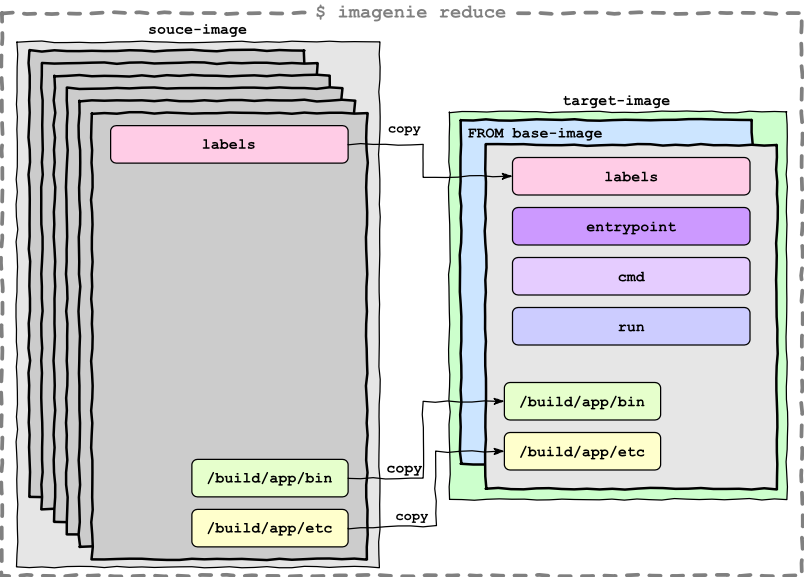
This is assets/diagrams/imagenie-reduce-diagram.png from otaviof/imagenie, a draw.io export, as it was before one commit. Source tidied: cells renumbered, new cells last; positions are measured from the earlier drawing's top-left corner, leaving out a move shared by most shapes. Source of this version:
```xml
<mxGraphModel>
  <root>
    <mxCell id="0" />
    <mxCell id="1" parent="0" />
    <mxCell id="2" style="rounded=0;whiteSpace=wrap;html=1;dashed=1;comic=1;strokeWidth=3;fillColor=none;fontFamily=Courier New;strokeColor=#808080;" parent="1" vertex="1">
      <mxGeometry y="10" width="640" height="450" as="geometry" />
    </mxCell>
    <mxCell id="3" style="rounded=0;whiteSpace=wrap;html=1;comic=1;strokeWidth=1;fontFamily=Courier New;fillColor=#CCFFCC;" parent="1" vertex="1">
      <mxGeometry x="358" y="89" width="270" height="310" as="geometry" />
    </mxCell>
    <mxCell id="4" style="rounded=0;whiteSpace=wrap;html=1;comic=1;strokeWidth=1;fontFamily=Courier New;fillColor=#E6E6E6;" parent="1" vertex="1">
      <mxGeometry x="12" y="33" width="290" height="420" as="geometry" />
    </mxCell>
    <mxCell id="5" style="whiteSpace=wrap;html=1;comic=1;strokeWidth=2;fillColor=#CCCCCC;" parent="1" vertex="1">
      <mxGeometry x="22" y="40" width="220" height="357" as="geometry" />
    </mxCell>
    <mxCell id="6" style="whiteSpace=wrap;html=1;comic=1;strokeWidth=2;fillColor=#CCCCCC;" parent="1" vertex="1">
      <mxGeometry x="32" y="50" width="220" height="357" as="geometry" />
    </mxCell>
    <mxCell id="7" style="whiteSpace=wrap;html=1;comic=1;strokeWidth=2;fillColor=#CCCCCC;" parent="1" vertex="1">
      <mxGeometry x="42" y="60" width="220" height="357" as="geometry" />
    </mxCell>
    <mxCell id="8" style="whiteSpace=wrap;html=1;comic=1;strokeWidth=2;fillColor=#CCCCCC;" parent="1" vertex="1">
      <mxGeometry x="52" y="70" width="220" height="357" as="geometry" />
    </mxCell>
    <mxCell id="9" style="whiteSpace=wrap;html=1;comic=1;strokeWidth=2;fillColor=#CCCCCC;" parent="1" vertex="1">
      <mxGeometry x="62" y="80" width="220" height="357" as="geometry" />
    </mxCell>
    <mxCell id="10" style="whiteSpace=wrap;html=1;comic=1;strokeWidth=2;fillColor=#CCCCCC;" parent="1" vertex="1">
      <mxGeometry x="72" y="90" width="220" height="357" as="geometry" />
    </mxCell>
    <mxCell id="11" style="whiteSpace=wrap;html=1;comic=1;strokeWidth=2;fillColor=#CCE5FF;" parent="1" vertex="1">
      <mxGeometry x="367" y="95.5" width="233" height="275" as="geometry" />
    </mxCell>
    <mxCell id="12" style="whiteSpace=wrap;html=1;comic=1;strokeWidth=2;fillColor=#E6E6E6;" parent="1" vertex="1">
      <mxGeometry x="387" y="115.5" width="233" height="275" as="geometry" />
    </mxCell>
    <mxCell id="13" value="FROM base-image" style="text;html=1;strokeColor=none;fillColor=none;align=center;verticalAlign=middle;whiteSpace=wrap;rounded=0;fontFamily=Courier New;fontStyle=1;" parent="1" vertex="1">
      <mxGeometry x="367" y="95.5" width="120" height="20" as="geometry" />
    </mxCell>
    <mxCell id="14" value="souce-image" style="text;html=1;strokeColor=none;fillColor=none;align=center;verticalAlign=middle;whiteSpace=wrap;rounded=0;fontFamily=Courier New;fontStyle=1;" parent="1" vertex="1">
      <mxGeometry x="107" y="13" width="100" height="20" as="geometry" />
    </mxCell>
    <mxCell id="15" value="/build/app/bin" style="rounded=1;whiteSpace=wrap;html=1;fontFamily=Courier New;fontStyle=1;fillColor=#E6FFCC;" parent="1" vertex="1">
      <mxGeometry x="152" y="367" width="125" height="30" as="geometry" />
    </mxCell>
    <mxCell id="16" value="/build/app/etc" style="rounded=1;whiteSpace=wrap;html=1;fontFamily=Courier New;fontStyle=1;fillColor=#FFFFCC;" parent="1" vertex="1">
      <mxGeometry x="152" y="407" width="125" height="30" as="geometry" />
    </mxCell>
    <mxCell id="17" value="/build/app/bin" style="rounded=1;whiteSpace=wrap;html=1;fontFamily=Courier New;fontStyle=1;fillColor=#E6FFCC;" parent="1" vertex="1">
      <mxGeometry x="402" y="305.5" width="125" height="30" as="geometry" />
    </mxCell>
    <mxCell id="18" value="/build/app/etc" style="rounded=1;whiteSpace=wrap;html=1;fontFamily=Courier New;fontStyle=1;fillColor=#FFFFCC;" parent="1" vertex="1">
      <mxGeometry x="402" y="345.5" width="125" height="30" as="geometry" />
    </mxCell>
    <mxCell id="19" style="endArrow=classicThin;html=1;exitX=1;exitY=0.5;exitDx=0;exitDy=0;entryX=0;entryY=0.5;entryDx=0;entryDy=0;rounded=0;comic=1;endFill=1;" parent="1" edge="1" source="15" target="17">
      <mxGeometry relative="1" as="geometry">
        <Array as="points">
          <mxPoint x="337" y="382" />
          <mxPoint x="337" y="321" />
        </Array>
      </mxGeometry>
    </mxCell>
    <mxCell id="20" style="endArrow=classicThin;html=1;entryX=0;entryY=0.5;entryDx=0;entryDy=0;exitX=1;exitY=0.5;exitDx=0;exitDy=0;rounded=0;comic=1;endFill=1;" parent="1" edge="1" source="16" target="18">
      <mxGeometry relative="1" as="geometry">
        <Array as="points">
          <mxPoint x="347" y="420" />
          <mxPoint x="347" y="361" />
        </Array>
      </mxGeometry>
    </mxCell>
    <mxCell id="21" value="&lt;b&gt;copy&lt;/b&gt;" style="edgeLabel;html=1;align=center;verticalAlign=middle;fontFamily=Courier New;labelBackgroundColor=none;" parent="20" vertex="1">
      <mxGeometry x="-0.54" y="2" relative="1" as="geometry">
        <mxPoint x="8.5" y="-5.7" as="offset" />
      </mxGeometry>
    </mxCell>
    <mxCell id="22" value="labels" style="rounded=1;whiteSpace=wrap;html=1;fontFamily=Courier New;fontStyle=1;fillColor=#FFCCE6;" parent="1" vertex="1">
      <mxGeometry x="87" y="100" width="190" height="30" as="geometry" />
    </mxCell>
    <mxCell id="23" value="labels" style="rounded=1;whiteSpace=wrap;html=1;fontFamily=Courier New;fontStyle=1;fillColor=#FFCCE6;" parent="1" vertex="1">
      <mxGeometry x="408.5" y="125.5" width="190" height="30" as="geometry" />
    </mxCell>
    <mxCell id="24" style="endArrow=classicThin;html=1;exitX=1;exitY=0.5;exitDx=0;exitDy=0;entryX=0;entryY=0.5;entryDx=0;entryDy=0;rounded=0;comic=1;endFill=1;" parent="1" edge="1" source="22" target="23">
      <mxGeometry relative="1" as="geometry">
        <Array as="points">
          <mxPoint x="337" y="115" />
          <mxPoint x="337" y="141" />
        </Array>
      </mxGeometry>
    </mxCell>
    <mxCell id="25" value="copy" style="edgeLabel;html=1;align=center;verticalAlign=middle;fontFamily=Courier New;rotation=0;fontStyle=1;labelBackgroundColor=none;" parent="24" vertex="1">
      <mxGeometry x="-0.17" y="-2" relative="1" as="geometry">
        <mxPoint x="-13" y="-17.7" as="offset" />
      </mxGeometry>
    </mxCell>
    <mxCell id="26" value="entrypoint" style="rounded=1;whiteSpace=wrap;html=1;fontFamily=Courier New;fontStyle=1;fillColor=#CC99FF;" parent="1" vertex="1">
      <mxGeometry x="408.5" y="165.5" width="190" height="30" as="geometry" />
    </mxCell>
    <mxCell id="27" value="cmd" style="rounded=1;whiteSpace=wrap;html=1;fontFamily=Courier New;fontStyle=1;fillColor=#E5CCFF;" parent="1" vertex="1">
      <mxGeometry x="408.5" y="205.5" width="190" height="30" as="geometry" />
    </mxCell>
    <mxCell id="28" value="run" style="rounded=1;whiteSpace=wrap;html=1;fontFamily=Courier New;fontStyle=1;fillColor=#CCCCFF;" parent="1" vertex="1">
      <mxGeometry x="408.5" y="245.5" width="190" height="30" as="geometry" />
    </mxCell>
    <mxCell id="29" value="&lt;b&gt;copy&lt;/b&gt;" style="text;html=1;align=center;verticalAlign=middle;fontFamily=Courier New;" parent="1" vertex="1">
      <mxGeometry x="302" y="364" width="40" height="20" as="geometry" />
    </mxCell>
    <mxCell id="30" value="target-image" style="text;html=1;strokeColor=none;fillColor=none;align=center;verticalAlign=middle;whiteSpace=wrap;rounded=0;fontFamily=Courier New;fontStyle=1;" parent="1" vertex="1">
      <mxGeometry x="442" y="70" width="100" height="20" as="geometry" />
    </mxCell>
    <mxCell id="31" value="$ imagenie reduce" style="text;html=1;strokeColor=none;fillColor=#ffffff;align=center;verticalAlign=middle;whiteSpace=wrap;rounded=0;dashed=1;comic=1;fontFamily=Courier New;fontStyle=1;fontSize=15;fontColor=#808080;" parent="1" vertex="1">
      <mxGeometry x="248.2" width="158.8" height="20" as="geometry" />
    </mxCell>
  </root>
</mxGraphModel>
```
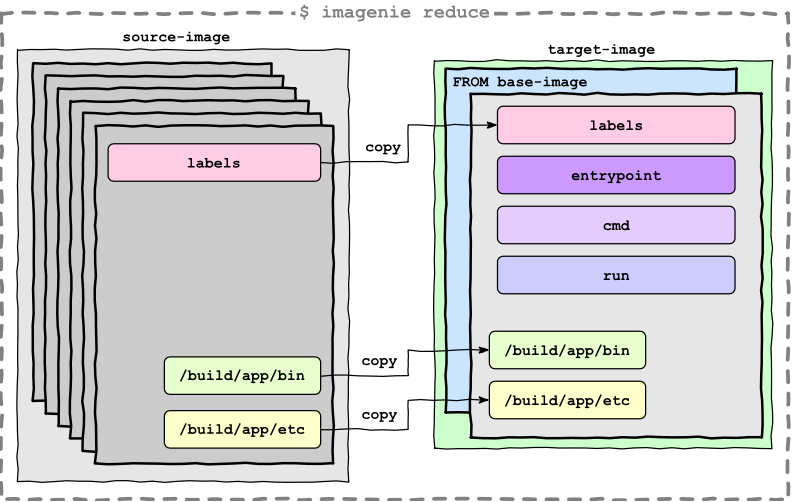
The same diagram one commit later.

Commit message:
Updating diagram, and ignoring it during image build.

Change to the diagram source:
```diff
@@ -3,31 +3,16 @@
     <mxCell id="0" />
     <mxCell id="1" parent="0" />
     <mxCell id="2" style="rounded=0;whiteSpace=wrap;html=1;dashed=1;comic=1;strokeWidth=3;fillColor=none;fontFamily=Courier New;strokeColor=#808080;" parent="1" vertex="1">
-      <mxGeometry y="10" width="640" height="450" as="geometry" />
+      <mxGeometry x="11.6" y="51.2" width="629.4" height="388.8" as="geometry" />
     </mxCell>
     <mxCell id="3" style="rounded=0;whiteSpace=wrap;html=1;comic=1;strokeWidth=1;fontFamily=Courier New;fillColor=#CCFFCC;" parent="1" vertex="1">
       <mxGeometry x="358" y="89" width="270" height="310" as="geometry" />
     </mxCell>
     <mxCell id="4" style="rounded=0;whiteSpace=wrap;html=1;comic=1;strokeWidth=1;fontFamily=Courier New;fillColor=#E6E6E6;" parent="1" vertex="1">
-      <mxGeometry x="12" y="33" width="290" height="420" as="geometry" />
+      <mxGeometry x="24.5" y="80.2" width="265" height="345.5" as="geometry" />
     </mxCell>
-    <mxCell id="5" style="whiteSpace=wrap;html=1;comic=1;strokeWidth=2;fillColor=#CCCCCC;" parent="1" vertex="1">
-      <mxGeometry x="22" y="40" width="220" height="357" as="geometry" />
-    </mxCell>
-    <mxCell id="6" style="whiteSpace=wrap;html=1;comic=1;strokeWidth=2;fillColor=#CCCCCC;" parent="1" vertex="1">
-      <mxGeometry x="32" y="50" width="220" height="357" as="geometry" />
-    </mxCell>
-    <mxCell id="7" style="whiteSpace=wrap;html=1;comic=1;strokeWidth=2;fillColor=#CCCCCC;" parent="1" vertex="1">
-      <mxGeometry x="42" y="60" width="220" height="357" as="geometry" />
-    </mxCell>
-    <mxCell id="8" style="whiteSpace=wrap;html=1;comic=1;strokeWidth=2;fillColor=#CCCCCC;" parent="1" vertex="1">
-      <mxGeometry x="52" y="70" width="220" height="357" as="geometry" />
-    </mxCell>
-    <mxCell id="9" style="whiteSpace=wrap;html=1;comic=1;strokeWidth=2;fillColor=#CCCCCC;" parent="1" vertex="1">
-      <mxGeometry x="62" y="80" width="220" height="357" as="geometry" />
-    </mxCell>
     <mxCell id="10" style="whiteSpace=wrap;html=1;comic=1;strokeWidth=2;fillColor=#CCCCCC;" parent="1" vertex="1">
-      <mxGeometry x="72" y="90" width="220" height="357" as="geometry" />
+      <mxGeometry x="37" y="91.2" width="190" height="270" as="geometry" />
     </mxCell>
     <mxCell id="11" style="whiteSpace=wrap;html=1;comic=1;strokeWidth=2;fillColor=#CCE5FF;" parent="1" vertex="1">
       <mxGeometry x="367" y="95.5" width="233" height="275" as="geometry" />
@@ -38,61 +23,18 @@
     <mxCell id="13" value="FROM base-image" style="text;html=1;strokeColor=none;fillColor=none;align=center;verticalAlign=middle;whiteSpace=wrap;rounded=0;fontFamily=Courier New;fontStyle=1;" parent="1" vertex="1">
       <mxGeometry x="367" y="95.5" width="120" height="20" as="geometry" />
     </mxCell>
-    <mxCell id="14" value="souce-image" style="text;html=1;strokeColor=none;fillColor=none;align=center;verticalAlign=middle;whiteSpace=wrap;rounded=0;fontFamily=Courier New;fontStyle=1;" parent="1" vertex="1">
-      <mxGeometry x="107" y="13" width="100" height="20" as="geometry" />
+    <mxCell id="14" value="source-image" style="text;html=1;strokeColor=none;fillColor=none;align=center;verticalAlign=middle;whiteSpace=wrap;rounded=0;fontFamily=Courier New;fontStyle=1;" parent="1" vertex="1">
+      <mxGeometry x="102" y="60.2" width="100" height="20" as="geometry" />
     </mxCell>
-    <mxCell id="15" value="/build/app/bin" style="rounded=1;whiteSpace=wrap;html=1;fontFamily=Courier New;fontStyle=1;fillColor=#E6FFCC;" parent="1" vertex="1">
-      <mxGeometry x="152" y="367" width="125" height="30" as="geometry" />
-    </mxCell>
-    <mxCell id="16" value="/build/app/etc" style="rounded=1;whiteSpace=wrap;html=1;fontFamily=Courier New;fontStyle=1;fillColor=#FFFFCC;" parent="1" vertex="1">
-      <mxGeometry x="152" y="407" width="125" height="30" as="geometry" />
-    </mxCell>
     <mxCell id="17" value="/build/app/bin" style="rounded=1;whiteSpace=wrap;html=1;fontFamily=Courier New;fontStyle=1;fillColor=#E6FFCC;" parent="1" vertex="1">
       <mxGeometry x="402" y="305.5" width="125" height="30" as="geometry" />
     </mxCell>
     <mxCell id="18" value="/build/app/etc" style="rounded=1;whiteSpace=wrap;html=1;fontFamily=Courier New;fontStyle=1;fillColor=#FFFFCC;" parent="1" vertex="1">
       <mxGeometry x="402" y="345.5" width="125" height="30" as="geometry" />
     </mxCell>
-    <mxCell id="19" style="endArrow=classicThin;html=1;exitX=1;exitY=0.5;exitDx=0;exitDy=0;entryX=0;entryY=0.5;entryDx=0;entryDy=0;rounded=0;comic=1;endFill=1;" parent="1" edge="1" source="15" target="17">
-      <mxGeometry relative="1" as="geometry">
-        <Array as="points">
-          <mxPoint x="337" y="382" />
-          <mxPoint x="337" y="321" />
-        </Array>
-      </mxGeometry>
-    </mxCell>
-    <mxCell id="20" style="endArrow=classicThin;html=1;entryX=0;entryY=0.5;entryDx=0;entryDy=0;exitX=1;exitY=0.5;exitDx=0;exitDy=0;rounded=0;comic=1;endFill=1;" parent="1" edge="1" source="16" target="18">
-      <mxGeometry relative="1" as="geometry">
-        <Array as="points">
-          <mxPoint x="347" y="420" />
-          <mxPoint x="347" y="361" />
-        </Array>
-      </mxGeometry>
-    </mxCell>
-    <mxCell id="21" value="&lt;b&gt;copy&lt;/b&gt;" style="edgeLabel;html=1;align=center;verticalAlign=middle;fontFamily=Courier New;labelBackgroundColor=none;" parent="20" vertex="1">
-      <mxGeometry x="-0.54" y="2" relative="1" as="geometry">
-        <mxPoint x="8.5" y="-5.7" as="offset" />
-      </mxGeometry>
-    </mxCell>
-    <mxCell id="22" value="labels" style="rounded=1;whiteSpace=wrap;html=1;fontFamily=Courier New;fontStyle=1;fillColor=#FFCCE6;" parent="1" vertex="1">
-      <mxGeometry x="87" y="100" width="190" height="30" as="geometry" />
-    </mxCell>
     <mxCell id="23" value="labels" style="rounded=1;whiteSpace=wrap;html=1;fontFamily=Courier New;fontStyle=1;fillColor=#FFCCE6;" parent="1" vertex="1">
       <mxGeometry x="408.5" y="125.5" width="190" height="30" as="geometry" />
     </mxCell>
-    <mxCell id="24" style="endArrow=classicThin;html=1;exitX=1;exitY=0.5;exitDx=0;exitDy=0;entryX=0;entryY=0.5;entryDx=0;entryDy=0;rounded=0;comic=1;endFill=1;" parent="1" edge="1" source="22" target="23">
-      <mxGeometry relative="1" as="geometry">
-        <Array as="points">
-          <mxPoint x="337" y="115" />
-          <mxPoint x="337" y="141" />
-        </Array>
-      </mxGeometry>
-    </mxCell>
-    <mxCell id="25" value="copy" style="edgeLabel;html=1;align=center;verticalAlign=middle;fontFamily=Courier New;rotation=0;fontStyle=1;labelBackgroundColor=none;" parent="24" vertex="1">
-      <mxGeometry x="-0.17" y="-2" relative="1" as="geometry">
-        <mxPoint x="-13" y="-17.7" as="offset" />
-      </mxGeometry>
-    </mxCell>
     <mxCell id="26" value="entrypoint" style="rounded=1;whiteSpace=wrap;html=1;fontFamily=Courier New;fontStyle=1;fillColor=#CC99FF;" parent="1" vertex="1">
       <mxGeometry x="408.5" y="165.5" width="190" height="30" as="geometry" />
     </mxCell>
@@ -103,13 +45,71 @@
       <mxGeometry x="408.5" y="245.5" width="190" height="30" as="geometry" />
     </mxCell>
     <mxCell id="29" value="&lt;b&gt;copy&lt;/b&gt;" style="text;html=1;align=center;verticalAlign=middle;fontFamily=Courier New;" parent="1" vertex="1">
-      <mxGeometry x="302" y="364" width="40" height="20" as="geometry" />
+      <mxGeometry x="294" y="318.5" width="40" height="20" as="geometry" />
     </mxCell>
     <mxCell id="30" value="target-image" style="text;html=1;strokeColor=none;fillColor=none;align=center;verticalAlign=middle;whiteSpace=wrap;rounded=0;fontFamily=Courier New;fontStyle=1;" parent="1" vertex="1">
       <mxGeometry x="442" y="70" width="100" height="20" as="geometry" />
     </mxCell>
     <mxCell id="31" value="$ imagenie reduce" style="text;html=1;strokeColor=none;fillColor=#ffffff;align=center;verticalAlign=middle;whiteSpace=wrap;rounded=0;dashed=1;comic=1;fontFamily=Courier New;fontStyle=1;fontSize=15;fontColor=#808080;" parent="1" vertex="1">
-      <mxGeometry x="248.2" width="158.8" height="20" as="geometry" />
+      <mxGeometry x="246.9" y="41.2" width="158.8" height="20" as="geometry" />
     </mxCell>
+    <mxCell id="32" style="whiteSpace=wrap;html=1;comic=1;strokeWidth=2;fillColor=#CCCCCC;" parent="1" vertex="1">
+      <mxGeometry x="47" y="101.2" width="190" height="270" as="geometry" />
+    </mxCell>
+    <mxCell id="33" style="whiteSpace=wrap;html=1;comic=1;strokeWidth=2;fillColor=#CCCCCC;" parent="1" vertex="1">
+      <mxGeometry x="57" y="111.2" width="190" height="270" as="geometry" />
+    </mxCell>
+    <mxCell id="34" style="whiteSpace=wrap;html=1;comic=1;strokeWidth=2;fillColor=#CCCCCC;" parent="1" vertex="1">
+      <mxGeometry x="67" y="121.2" width="190" height="270" as="geometry" />
+    </mxCell>
+    <mxCell id="35" style="whiteSpace=wrap;html=1;comic=1;strokeWidth=2;fillColor=#CCCCCC;" parent="1" vertex="1">
+      <mxGeometry x="77" y="131.2" width="190" height="270" as="geometry" />
+    </mxCell>
+    <mxCell id="36" style="whiteSpace=wrap;html=1;comic=1;strokeWidth=2;fillColor=#CCCCCC;" parent="1" vertex="1">
+      <mxGeometry x="87" y="141.2" width="190" height="270" as="geometry" />
+    </mxCell>
+    <mxCell id="22" value="labels" style="rounded=1;whiteSpace=wrap;html=1;fontFamily=Courier New;fontStyle=1;fillColor=#FFCCE6;" parent="1" vertex="1">
+      <mxGeometry x="97" y="155.5" width="170" height="30" as="geometry" />
+    </mxCell>
+    <mxCell id="24" style="endArrow=classicThin;html=1;exitX=1;exitY=0.5;exitDx=0;exitDy=0;entryX=0;entryY=0.5;entryDx=0;entryDy=0;rounded=0;comic=1;endFill=1;" parent="1" edge="1" source="22" target="23">
+      <mxGeometry relative="1" as="geometry">
+        <Array as="points">
+          <mxPoint x="337" y="170" />
+          <mxPoint x="337" y="141" />
+        </Array>
+      </mxGeometry>
+    </mxCell>
+    <mxCell id="25" value="copy" style="edgeLabel;html=1;align=center;verticalAlign=middle;fontFamily=Courier New;rotation=0;fontStyle=1;labelBackgroundColor=none;fontSize=12;" parent="24" vertex="1">
+      <mxGeometry x="-0.17" y="-2" relative="1" as="geometry">
+        <mxPoint x="-22" y="-12.1" as="offset" />
+      </mxGeometry>
+    </mxCell>
+    <mxCell id="16" value="/build/app/etc" style="rounded=1;whiteSpace=wrap;html=1;fontFamily=Courier New;fontStyle=1;fillColor=#FFFFCC;" parent="1" vertex="1">
+      <mxGeometry x="142" y="369" width="125" height="30" as="geometry" />
+    </mxCell>
+    <mxCell id="20" style="endArrow=classicThin;html=1;entryX=0;entryY=0.5;entryDx=0;entryDy=0;exitX=1;exitY=0.5;exitDx=0;exitDy=0;rounded=0;comic=1;endFill=1;" parent="1" edge="1" source="16" target="18">
+      <mxGeometry relative="1" as="geometry">
+        <Array as="points">
+          <mxPoint x="337" y="384" />
+          <mxPoint x="337" y="361" />
+        </Array>
+      </mxGeometry>
+    </mxCell>
+    <mxCell id="21" value="&lt;b style=&quot;font-size: 12px;&quot;&gt;copy&lt;/b&gt;" style="edgeLabel;html=1;align=center;verticalAlign=middle;fontFamily=Courier New;labelBackgroundColor=none;fontSize=12;" parent="20" vertex="1">
+      <mxGeometry x="-0.54" y="2" relative="1" as="geometry">
+        <mxPoint x="10.2" y="-10.5" as="offset" />
+      </mxGeometry>
+    </mxCell>
+    <mxCell id="15" value="/build/app/bin" style="rounded=1;whiteSpace=wrap;html=1;fontFamily=Courier New;fontStyle=1;fillColor=#E6FFCC;" parent="1" vertex="1">
+      <mxGeometry x="142" y="326" width="125" height="30" as="geometry" />
+    </mxCell>
+    <mxCell id="19" style="endArrow=classicThin;html=1;exitX=1;exitY=0.5;exitDx=0;exitDy=0;entryX=0;entryY=0.5;entryDx=0;entryDy=0;rounded=0;comic=1;endFill=1;" parent="1" edge="1" source="15" target="17">
+      <mxGeometry relative="1" as="geometry">
+        <Array as="points">
+          <mxPoint x="337" y="341" />
+          <mxPoint x="337" y="321" />
+        </Array>
+      </mxGeometry>
+    </mxCell>
   </root>
 </mxGraphModel>
```
